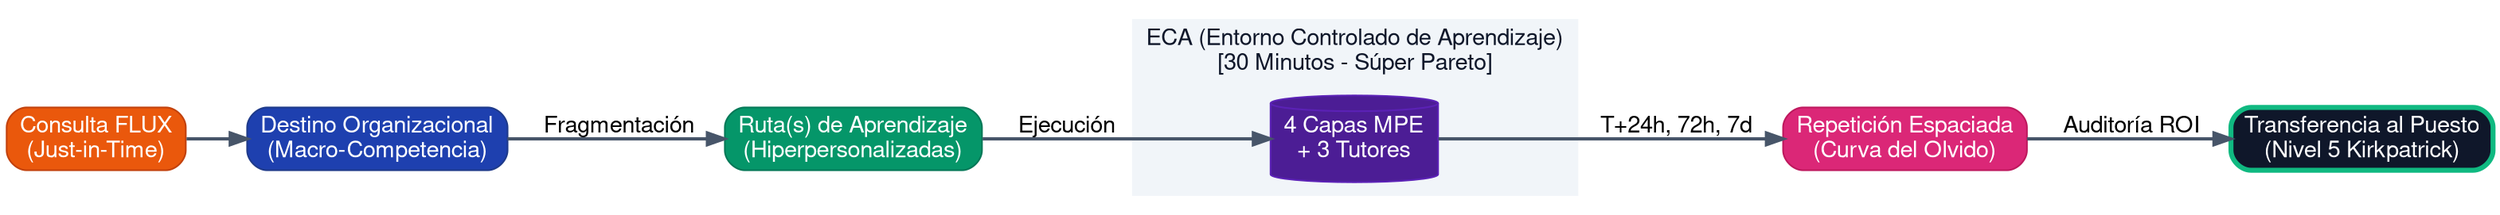
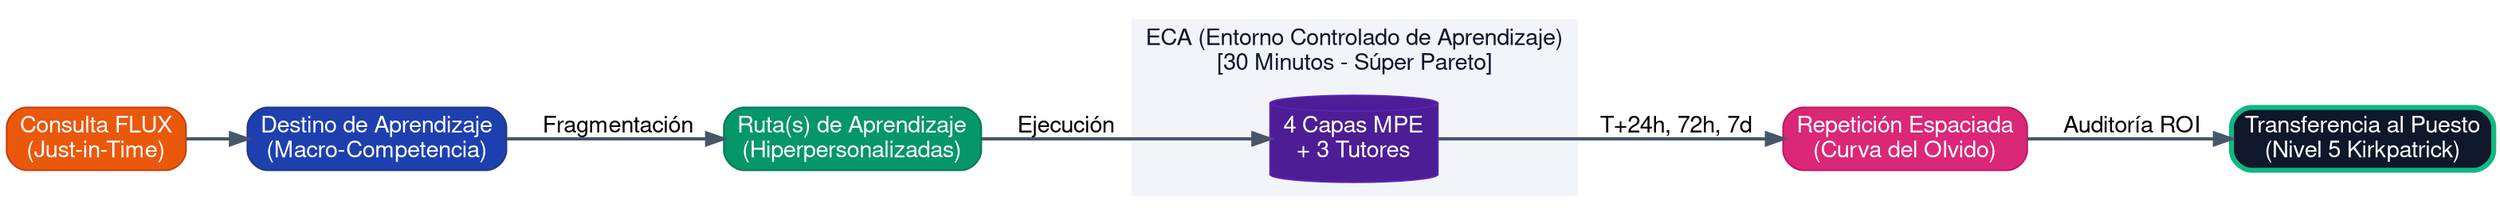
digraph FlujoEstructurasMPE {
    fontname="Helvetica,Arial,sans-serif";
    node [fontname="Helvetica,Arial,sans-serif", shape=box, style="rounded,filled", fontcolor="white"];
    edge [fontname="Helvetica,Arial,sans-serif", color="#475569", penwidth=2];
    rankdir=LR; // Left to Right flow

    // 1. Trigger
    Consulta [label="Consulta FLUX\n(Just-in-Time)", fillcolor="#EA580C", color="#C2410C"];

    // 2. Macro Objective
-     Destino [label="Destino Organizacional\n(Macro-Competencia)", fillcolor="#1E40AF", color="#1E3A8A"];
+     Destino [label="Destino de Aprendizaje\n(Macro-Competencia)", fillcolor="#1E40AF", color="#1E3A8A"];

    // 3. Segmented Path
    Ruta [label="Ruta(s) de Aprendizaje\n(Hiperpersonalizadas)", fillcolor="#059669", color="#047857"];

    // 4. ECA Cluster
    subgraph cluster_ECA {
        label = "ECA (Entorno Controlado de Aprendizaje)\n[30 Minutos - Súper Pareto]";
        style=filled; color="#F1F5F9"; fontcolor="#0F172A";

        node [fillcolor="#4C1D95", color="#5B21B6", fontcolor="white", shape=cylinder];
        ECA_Core [label="4 Capas MPE\n+ 3 Tutores"];
    }

    // 5. Memory Retention
    Espaciada [label="Repetición Espaciada\n(Curva del Olvido)", fillcolor="#DB2777", color="#BE185D"];

    // 6. Final Outcome
    Transferencia [label="Transferencia al Puesto\n(Nivel 5 Kirkpatrick)", fillcolor="#0F172A", color="#10B981", penwidth=3];

    // Flow Connections
    Consulta -> Destino;
    Destino -> Ruta [label=" Fragmentación"];
    Ruta -> ECA_Core [label=" Ejecución"];
    ECA_Core -> Espaciada [label=" T+24h, 72h, 7d"];
    Espaciada -> Transferencia [label=" Auditoría ROI"];
}
